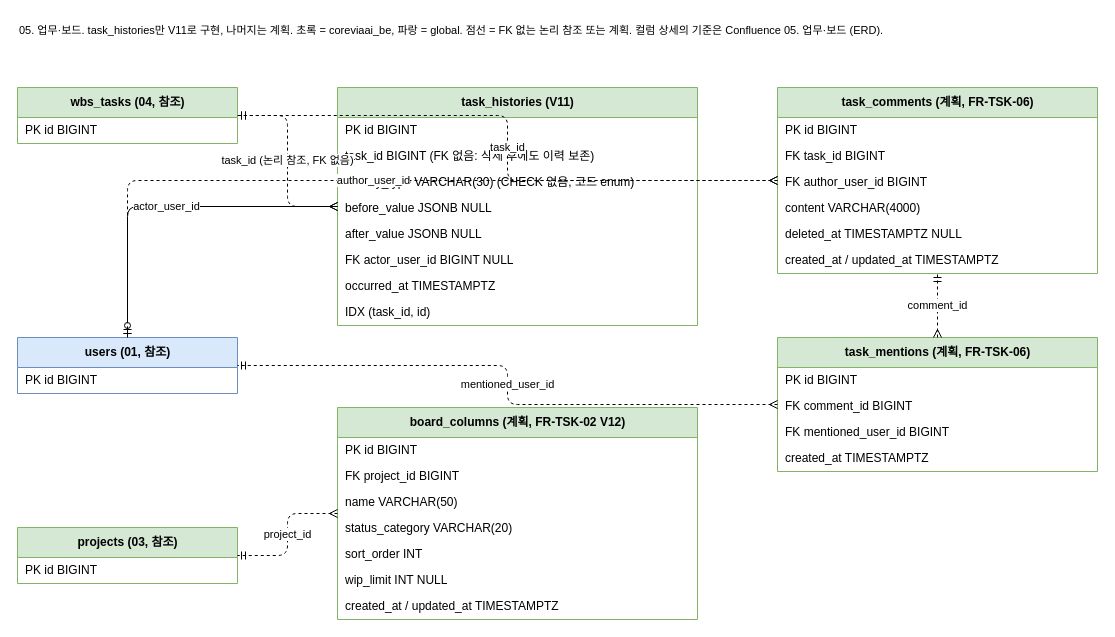
The draw.io diagram docs/erd/05-task-board.drawio in WonikQnCKDT/CoreviaAI_BE, before the edit. Source tidied: cells renumbered, new cells numbered last; positions are measured from the earlier drawing's top-left corner, leaving out a move shared by most shapes. Both pictures are drawn from the tidied source at 100%, with x=0, y=0 at pixel (17, 17).
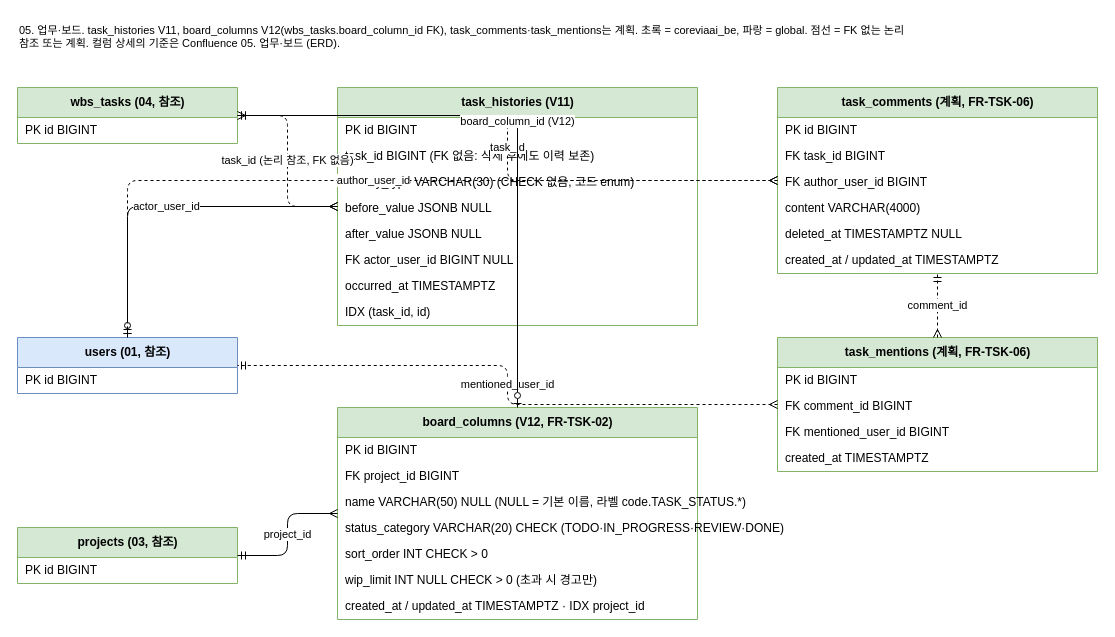
Above is the later version.

Commit message (it also covers changes not shown here):
docs(board): FR-TSK-02 검수 반영과 README·ERD·시퀀스 그림 갱신 (SCRUM-110)

The change refers to these unchanged cells:
```xml
<mxCell id="2" value="wbs_tasks (04, 참조)" style="swimlane;fontStyle=1;horizontal=1;startSize=30;fillColor=#d5e8d4;strokeColor=#82b366;html=1;" parent="1" vertex="1">
  <mxGeometry y="70" width="220" height="56" as="geometry" />
</mxCell>
<mxCell id="6" value="projects (03, 참조)" style="swimlane;fontStyle=1;horizontal=1;startSize=30;fillColor=#d5e8d4;strokeColor=#82b366;html=1;" parent="1" vertex="1">
  <mxGeometry y="510" width="220" height="56" as="geometry" />
</mxCell>
```

What changed in the source:
```diff
@@
-    <mxCell id="17" value="board_columns (계획, FR-TSK-02 V12)" style="swimlane;fontStyle=1;horizontal=1;startSize=30;fillColor=#d5e8d4;strokeColor=#82b366;html=1;" parent="1" vertex="1">
+    <mxCell id="17" value="board_columns (V12, FR-TSK-02)" style="swimlane;fontStyle=1;horizontal=1;startSize=30;fillColor=#d5e8d4;strokeColor=#82b366;html=1;" parent="1" vertex="1">
       <mxGeometry x="320" y="390" width="360" height="212" as="geometry" />
     </mxCell>
@@
-    <mxCell id="20" value="name VARCHAR(50)" style="text;strokeColor=none;fillColor=none;align=left;verticalAlign=middle;spacingLeft=6;html=1;" parent="17" vertex="1">
+    <mxCell id="20" value="name VARCHAR(50) NULL (NULL = 기본 이름, 라벨 code.TASK_STATUS.*)" style="text;strokeColor=none;fillColor=none;align=left;verticalAlign=middle;spacingLeft=6;html=1;" parent="17" vertex="1">
       <mxGeometry y="82" width="360" height="26" as="geometry" />
     </mxCell>
-    <mxCell id="21" value="status_category VARCHAR(20)" style="text;strokeColor=none;fillColor=none;align=left;verticalAlign=middle;spacingLeft=6;html=1;" parent="17" vertex="1">
+    <mxCell id="21" value="status_category VARCHAR(20) CHECK (TODO·IN_PROGRESS·REVIEW·DONE)" style="text;strokeColor=none;fillColor=none;align=left;verticalAlign=middle;spacingLeft=6;html=1;" parent="17" vertex="1">
       <mxGeometry y="108" width="360" height="26" as="geometry" />
     </mxCell>
-    <mxCell id="22" value="sort_order INT" style="text;strokeColor=none;fillColor=none;align=left;verticalAlign=middle;spacingLeft=6;html=1;" parent="17" vertex="1">
+    <mxCell id="22" value="sort_order INT CHECK &gt; 0" style="text;strokeColor=none;fillColor=none;align=left;verticalAlign=middle;spacingLeft=6;html=1;" parent="17" vertex="1">
       <mxGeometry y="134" width="360" height="26" as="geometry" />
     </mxCell>
-    <mxCell id="23" value="wip_limit INT NULL" style="text;strokeColor=none;fillColor=none;align=left;verticalAlign=middle;spacingLeft=6;html=1;" parent="17" vertex="1">
+    <mxCell id="23" value="wip_limit INT NULL CHECK &gt; 0 (초과 시 경고만)" style="text;strokeColor=none;fillColor=none;align=left;verticalAlign=middle;spacingLeft=6;html=1;" parent="17" vertex="1">
       <mxGeometry y="160" width="360" height="26" as="geometry" />
     </mxCell>
-    <mxCell id="24" value="created_at / updated_at TIMESTAMPTZ" style="text;strokeColor=none;fillColor=none;align=left;verticalAlign=middle;spacingLeft=6;html=1;" parent="17" vertex="1">
+    <mxCell id="24" value="created_at / updated_at TIMESTAMPTZ · IDX project_id" style="text;strokeColor=none;fillColor=none;align=left;verticalAlign=middle;spacingLeft=6;html=1;" parent="17" vertex="1">
       <mxGeometry y="186" width="360" height="26" as="geometry" />
     </mxCell>
@@
-    <mxCell id="39" value="project_id" style="edgeStyle=orthogonalEdgeStyle;endArrow=ERmandOne;startArrow=ERmany;endFill=0;startFill=0;dashed=1;html=1;" parent="1" edge="1" source="17" target="6">
+    <mxCell id="39" value="project_id" style="edgeStyle=orthogonalEdgeStyle;endArrow=ERmandOne;startArrow=ERmany;endFill=0;startFill=0;html=1;" parent="1" edge="1" source="17" target="6">
       <mxGeometry relative="1" as="geometry" />
     </mxCell>
@@
+    <mxCell id="45" value="board_column_id (V12)" style="edgeStyle=orthogonalEdgeStyle;endArrow=ERzeroToOne;startArrow=ERmany;endFill=0;startFill=0;html=1;" parent="1" edge="1" source="2" target="17">
+      <mxGeometry relative="1" as="geometry" />
+    </mxCell>
-    <mxCell id="44" value="05. 업무·보드. task_histories만 V11로 구현, 나머지는 계획. 초록 = coreviaai_be, 파랑 = global. 점선 = FK 없는 논리 참조 또는 계획. 컬럼 상세의 기준은 Confluence 05. 업무·보드 (ERD)." style="text;html=1;align=left;verticalAlign=top;whiteSpace=wrap;fontSize=11;" parent="1" vertex="1">
+    <mxCell id="44" value="05. 업무·보드. task_histories V11, board_columns V12(wbs_tasks.board_column_id FK), task_comments·task_mentions는 계획. 초록 = coreviaai_be, 파랑 = global. 점선 = FK 없는 논리 참조 또는 계획. 컬럼 상세의 기준은 Confluence 05. 업무·보드 (ERD)." style="text;html=1;align=left;verticalAlign=top;whiteSpace=wrap;fontSize=11;" parent="1" vertex="1">
       <mxGeometry width="900" height="40" as="geometry" />
     </mxCell>
```
